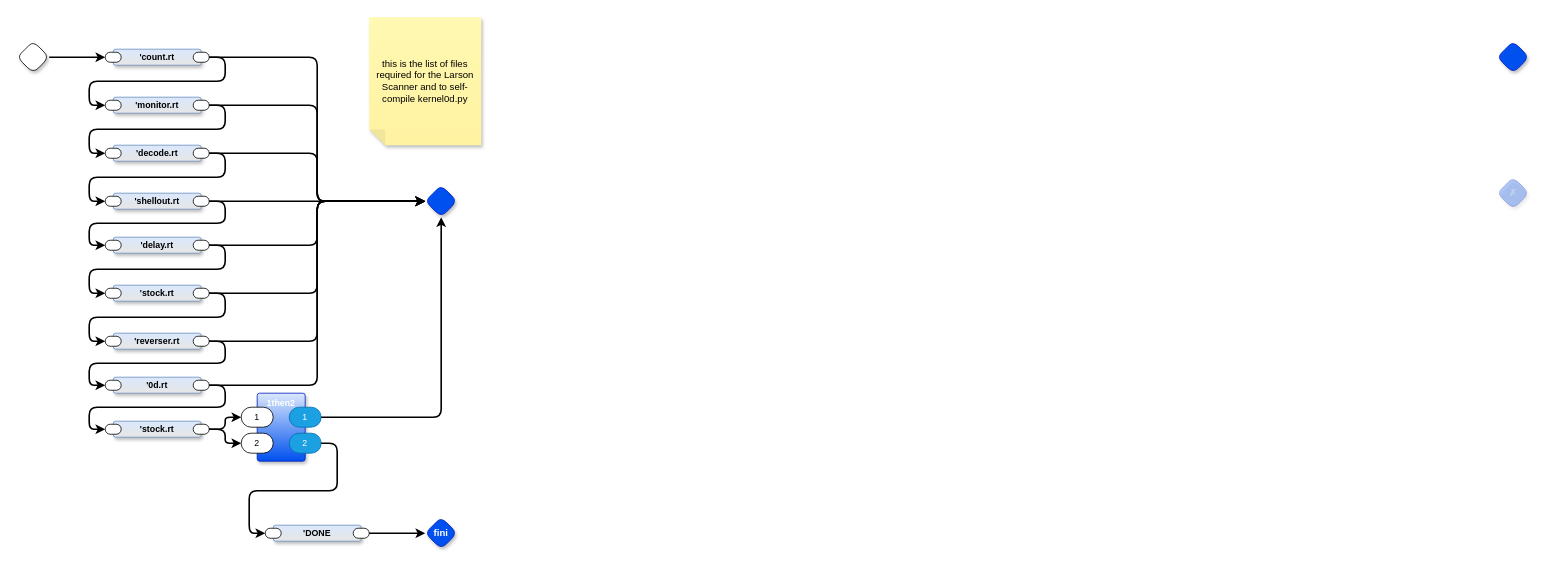
This is page "List Filenames Including Larson Scanner" (3 of 35) of rt2all.drawio from guitarvydas/rt, a draw.io file, before an edit. Source tidied: cells renumbered, new cells numbered last; positions are measured from the earlier drawing's top-left corner, leaving out a move shared by most shapes. Both pictures are drawn from the tidied source at 80%, with x=0, y=0 at pixel (17, 17).
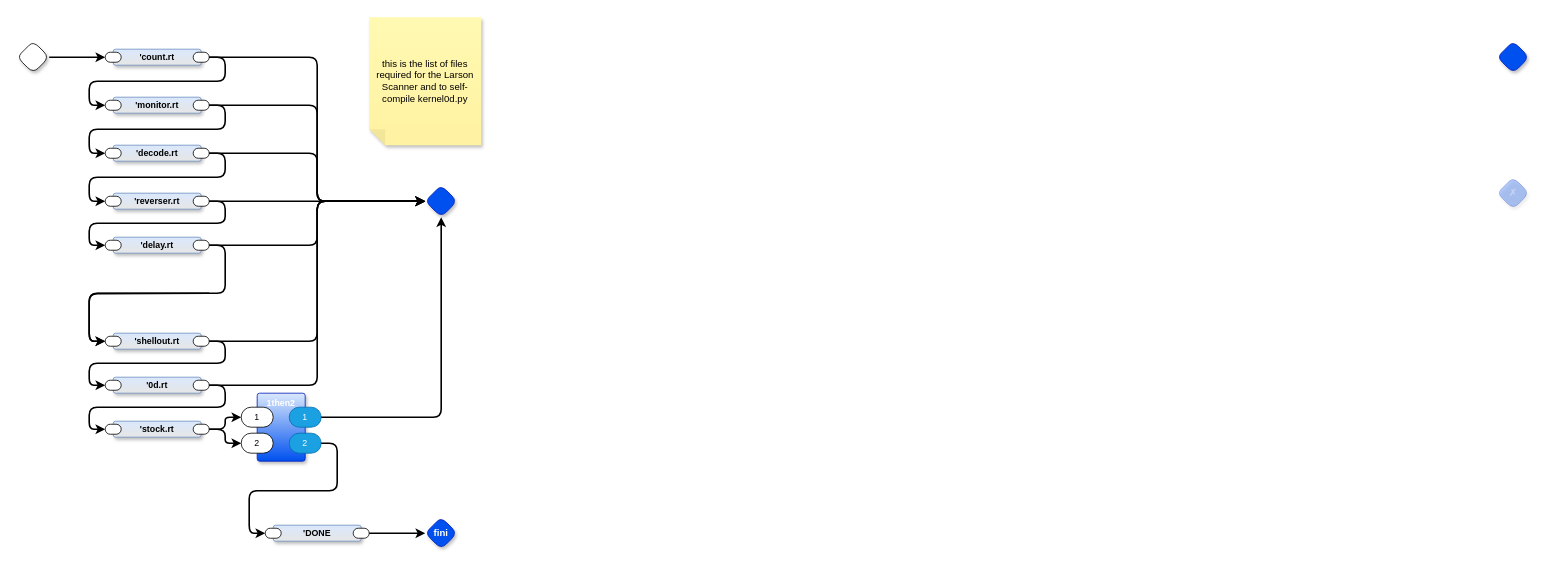
Above is the later version.

Unchanged cells that the change refers to:
```xml
<mxCell id="20" style="rounded=1;whiteSpace=wrap;html=1;sketch=0;points=[[0,0.5,0,0,0],[1,0.5,0,0,0]];arcSize=50;fontFamily=Helvetica;fontSize=11;fontColor=default;" parent="19" vertex="1">
  <mxGeometry x="100" y="3.8" width="20" height="12.5" as="geometry" />
</mxCell>
<mxCell id="35" style="rhombus;whiteSpace=wrap;html=1;rounded=1;fontStyle=1;glass=0;sketch=0;fontSize=12;points=[[0,0.5,0,0,0],[0.5,0,0,0,0],[0.5,1,0,0,0],[1,0.5,0,0,0]];shadow=1;fillColor=#0050ef;fontColor=#ffffff;strokeColor=#001DBC;fontFamily=Helvetica;labelBackgroundColor=none;" parent="1" vertex="1">
  <mxGeometry x="510" y="210" width="40" height="40" as="geometry" />
</mxCell>
<mxCell id="46" style="rounded=1;whiteSpace=wrap;html=1;sketch=0;points=[[0,0.5,0,0,0],[1,0.5,0,0,0]];arcSize=50;fontFamily=Helvetica;fontSize=11;fontColor=default;" parent="44" vertex="1">
  <mxGeometry x="-10" y="3.8" width="20" height="12.5" as="geometry" />
</mxCell>
```

Change to the diagram source:
```diff
@@
-    <mxCell id="16" value="'shellout.rt" style="rounded=1;whiteSpace=wrap;html=1;verticalAlign=middle;arcSize=6;fontStyle=1;absoluteArcSize=1;shadow=1;strokeColor=#6c8ebf;fillColor=#dae8fc;fontFamily=Helvetica;fontSize=11;gradientColor=#E6E6E6;fontColor=default;" parent="1" vertex="1">
+    <mxCell id="16" value="'reverser.rt" style="rounded=1;whiteSpace=wrap;html=1;verticalAlign=middle;arcSize=6;fontStyle=1;absoluteArcSize=1;shadow=1;strokeColor=#6c8ebf;fillColor=#dae8fc;fontFamily=Helvetica;fontSize=11;gradientColor=#E6E6E6;fontColor=default;" parent="1" vertex="1">
       <mxGeometry x="120" y="220" width="110" height="20" as="geometry" />
     </mxCell>
@@
-    <mxCell id="22" value="'stock.rt" style="rounded=1;whiteSpace=wrap;html=1;verticalAlign=middle;arcSize=6;fontStyle=1;absoluteArcSize=1;shadow=1;strokeColor=#6c8ebf;fillColor=#dae8fc;fontFamily=Helvetica;fontSize=11;gradientColor=#E6E6E6;fontColor=default;" parent="1" vertex="1">
-      <mxGeometry x="120" y="335" width="110" height="20" as="geometry" />
-    </mxCell>
-    <mxCell id="23" style="rounded=1;whiteSpace=wrap;html=1;sketch=0;points=[[0,0.5,0,0,0],[1,0.5,0,0,0]];arcSize=50;fontFamily=Helvetica;fontSize=11;fontColor=default;" parent="22" vertex="1">
-      <mxGeometry x="100" y="3.8" width="20" height="12.5" as="geometry" />
-    </mxCell>
-    <mxCell id="24" style="rounded=1;whiteSpace=wrap;html=1;sketch=0;points=[[0,0.5,0,0,0],[1,0.5,0,0,0]];arcSize=50;fontFamily=Helvetica;fontSize=11;fontColor=default;" parent="22" vertex="1">
-      <mxGeometry x="-10" y="3.8" width="20" height="12.5" as="geometry" />
-    </mxCell>
@@
-    <mxCell id="28" style="edgeStyle=orthogonalEdgeStyle;shape=connector;curved=0;rounded=1;jettySize=auto;html=1;exitX=1;exitY=0.5;exitDx=0;exitDy=0;exitPerimeter=0;entryX=0;entryY=0.5;entryDx=0;entryDy=0;entryPerimeter=0;strokeColor=default;strokeWidth=2;align=center;verticalAlign=middle;fontFamily=Helvetica;fontSize=11;fontColor=default;labelBackgroundColor=default;endArrow=classic;" parent="1" edge="1" source="20" target="24">
+    <mxCell id="28" style="edgeStyle=orthogonalEdgeStyle;shape=connector;curved=0;rounded=1;jettySize=auto;html=1;exitX=1;exitY=0.5;exitDx=0;exitDy=0;exitPerimeter=0;entryX=0;entryY=0.5;entryDx=0;entryDy=0;entryPerimeter=0;strokeColor=default;strokeWidth=2;align=center;verticalAlign=middle;fontFamily=Helvetica;fontSize=11;fontColor=default;labelBackgroundColor=default;endArrow=classic;" parent="1" edge="1" source="20" target="46">
       <mxGeometry relative="1" as="geometry" />
     </mxCell>
@@
-    <mxCell id="43" style="edgeStyle=orthogonalEdgeStyle;shape=connector;curved=0;rounded=1;jettySize=auto;html=1;exitX=1;exitY=0.5;exitDx=0;exitDy=0;exitPerimeter=0;strokeColor=default;strokeWidth=2;align=center;verticalAlign=middle;fontFamily=Helvetica;fontSize=11;fontColor=default;labelBackgroundColor=default;endArrow=classic;entryX=0;entryY=0.5;entryDx=0;entryDy=0;entryPerimeter=0;" parent="1" edge="1" source="23" target="35">
-      <mxGeometry relative="1" as="geometry" />
-    </mxCell>
-    <mxCell id="44" value="'reverser.rt" style="rounded=1;whiteSpace=wrap;html=1;verticalAlign=middle;arcSize=6;fontStyle=1;absoluteArcSize=1;shadow=1;strokeColor=#6c8ebf;fillColor=#dae8fc;fontFamily=Helvetica;fontSize=11;gradientColor=#E6E6E6;fontColor=default;" parent="1" vertex="1">
+    <mxCell id="44" value="'shellout.rt" style="rounded=1;whiteSpace=wrap;html=1;verticalAlign=middle;arcSize=6;fontStyle=1;absoluteArcSize=1;shadow=1;strokeColor=#6c8ebf;fillColor=#dae8fc;fontFamily=Helvetica;fontSize=11;gradientColor=#E6E6E6;fontColor=default;" parent="1" vertex="1">
       <mxGeometry x="120" y="395" width="110" height="20" as="geometry" />
     </mxCell>
@@
-    <mxCell id="47" style="edgeStyle=orthogonalEdgeStyle;shape=connector;curved=0;rounded=1;jettySize=auto;html=1;exitX=1;exitY=0.5;exitDx=0;exitDy=0;exitPerimeter=0;entryX=0;entryY=0.5;entryDx=0;entryDy=0;entryPerimeter=0;strokeColor=default;strokeWidth=2;align=center;verticalAlign=middle;fontFamily=Helvetica;fontSize=11;fontColor=default;labelBackgroundColor=default;endArrow=classic;" parent="1" edge="1" source="23" target="46">
-      <mxGeometry relative="1" as="geometry" />
+    <mxCell id="47" style="edgeStyle=orthogonalEdgeStyle;shape=connector;curved=0;rounded=1;jettySize=auto;html=1;exitX=1;exitY=0.5;exitDx=0;exitDy=0;exitPerimeter=0;entryX=0;entryY=0.5;entryDx=0;entryDy=0;entryPerimeter=0;strokeColor=default;strokeWidth=2;align=center;verticalAlign=middle;fontFamily=Helvetica;fontSize=11;fontColor=default;labelBackgroundColor=default;endArrow=classic;" parent="1" edge="1" target="46">
+      <mxGeometry relative="1" as="geometry">
+        <mxPoint x="240" y="345" as="sourcePoint" />
+      </mxGeometry>
     </mxCell>
```
